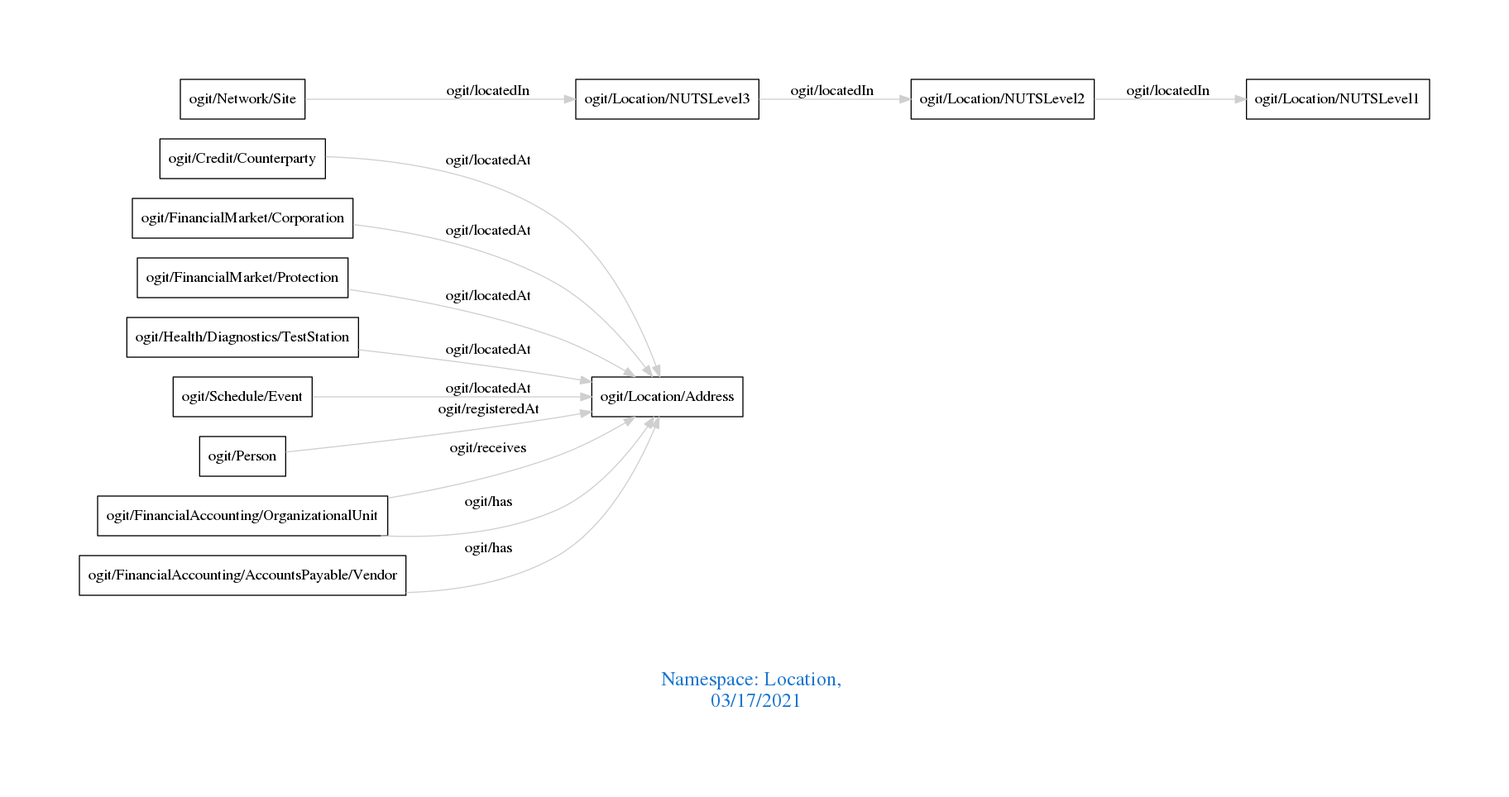
arago/OGIT keeps this Graphviz diagram as downloads/Location.png. Above is the earlier version. Its source is kept beside it as downloads/Location.dot.
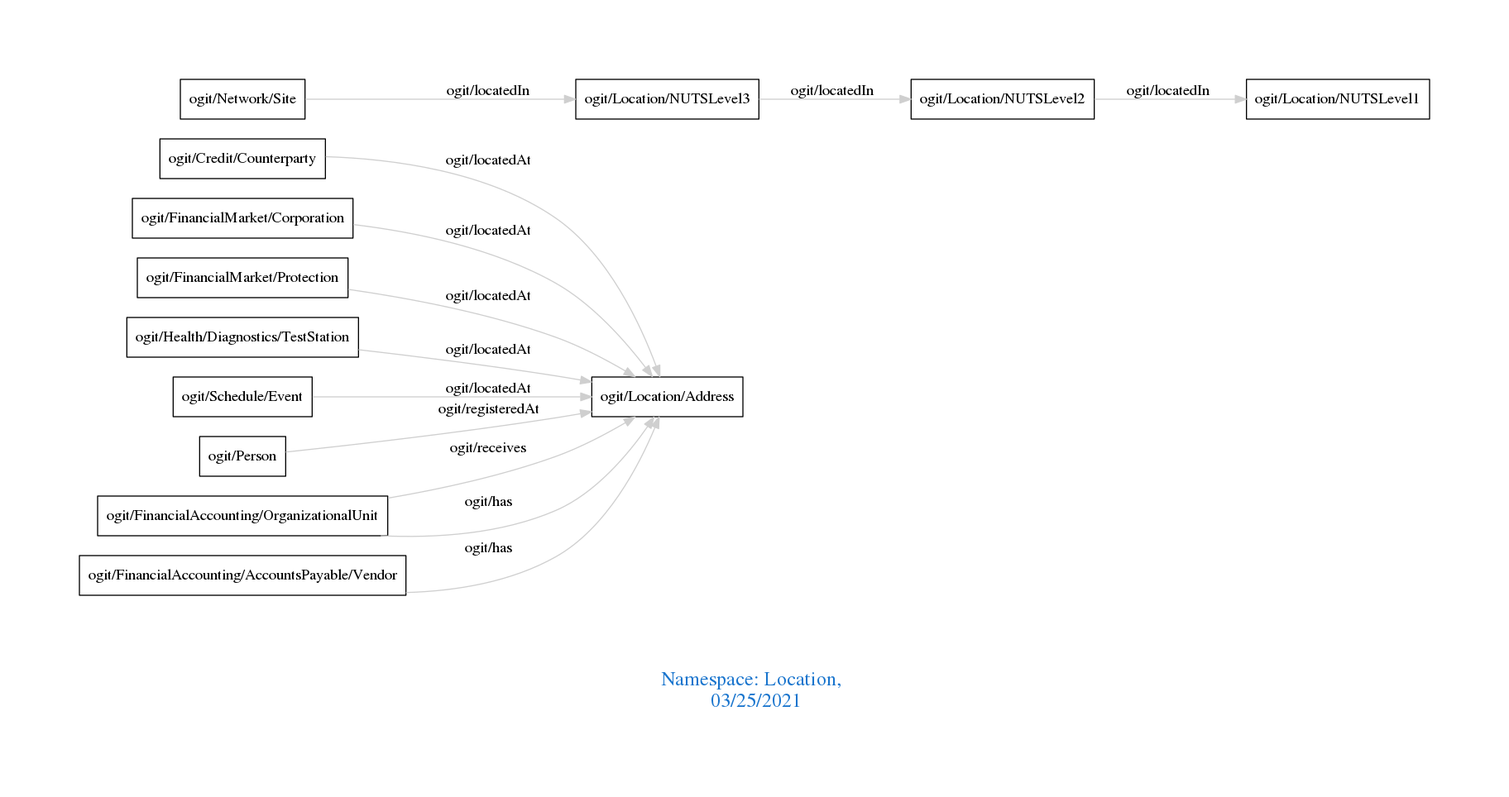
Later version of the same file.

Change to the diagram source:
```diff
@@ -1,7 +1,7 @@
 digraph OGIT_ontology {
  graph [ rankdir= LR,pad=1
 fontsize = 18,
-fontcolor= dodgerblue3,label = "\n\n\nNamespace: Location, \n 03/17/2021"];
+fontcolor= dodgerblue3,label = "\n\n\nNamespace: Location, \n 03/25/2021"];
 node[shape=polygon];
 edge [  color="gray81"];
 
```
